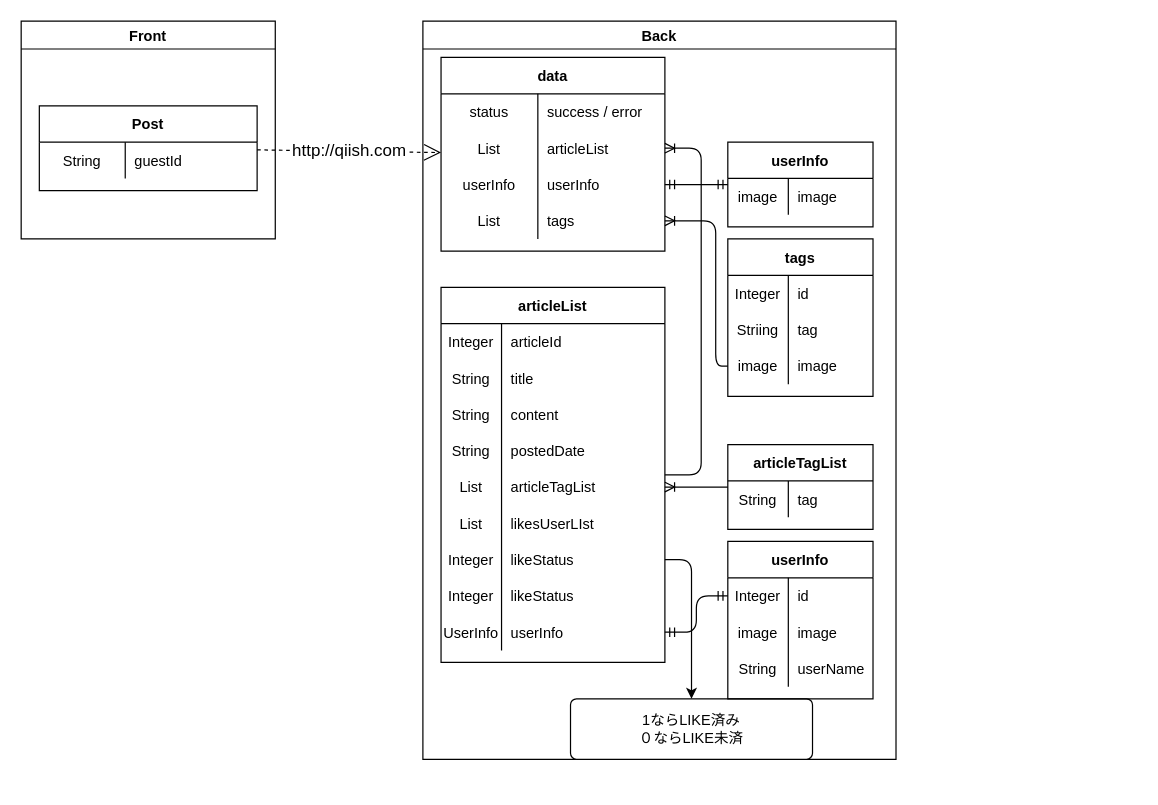
Above: page "[表示]トップページ" (2 of 20) of Designs/基本設計.drawio in yusuke-rakus/Qiish (draw.io), before the change. Source tidied: cells renumbered, new cells numbered last; positions are measured from the earlier drawing's top-left corner, leaving out a move shared by most shapes. Both pictures are drawn from the tidied source at 121%, with x=0, y=0 at pixel (21, 21).
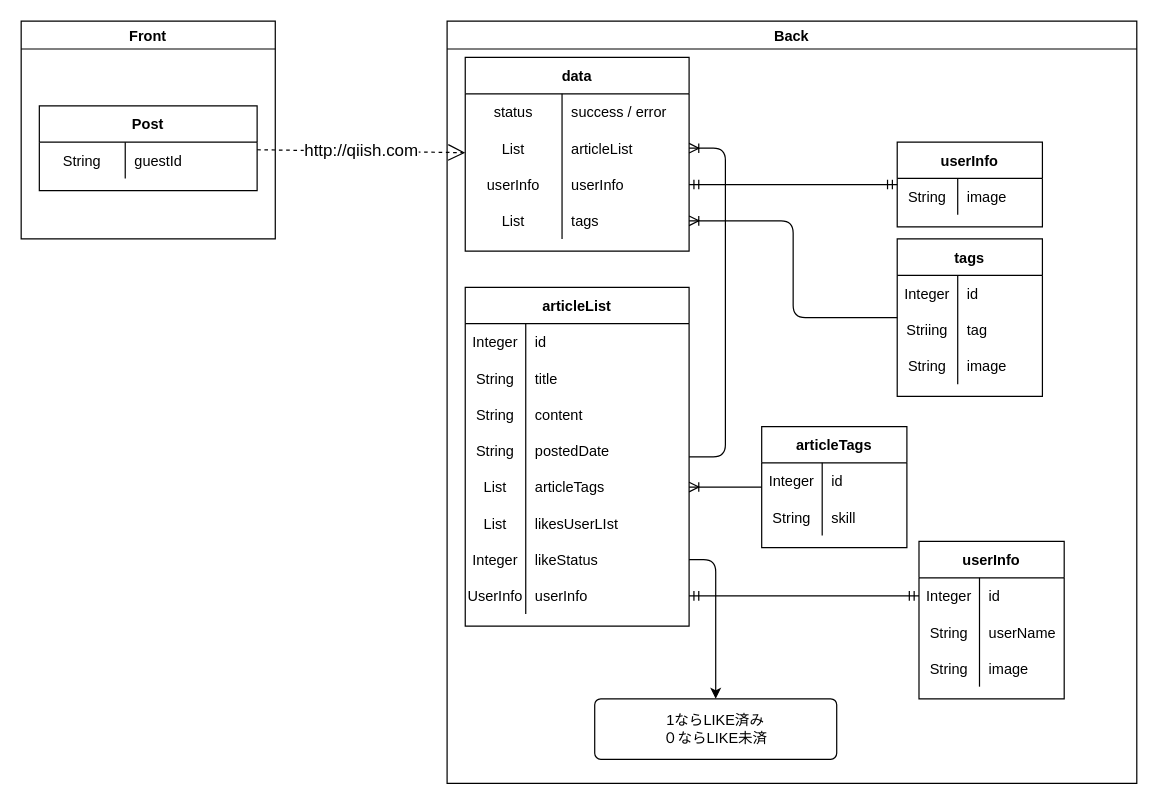
The same diagram, later.

Unchanged cells that the change refers to:
```xml
<mxCell id="13" style="shape=partialRectangle;fillColor=none;top=0;left=0;bottom=0;right=0;points=[[0,0.5],[1,0.5]];portConstraint=eastwest;" parent="3" vertex="1">
  <mxGeometry y="120" width="185" height="30" as="geometry" />
</mxCell>
<mxCell id="17" style="shape=partialRectangle;fillColor=none;top=0;left=0;bottom=0;right=0;" parent="16" vertex="1">
  <mxGeometry y="30" width="185" height="30" as="geometry" />
</mxCell>
<mxCell id="29" style="shape=partialRectangle;fillColor=none;top=0;left=0;bottom=0;right=0;points=[[0,0.5],[1,0.5]];portConstraint=eastwest;" parent="16" vertex="1">
  <mxGeometry y="150" width="185" height="30" as="geometry" />
</mxCell>
<mxCell id="45" style="shape=partialRectangle;fillColor=none;top=0;left=0;bottom=0;right=0;" parent="44" vertex="1">
  <mxGeometry y="30" width="120" height="30" as="geometry" />
</mxCell>
<mxCell id="51" style="shape=partialRectangle;fillColor=none;top=0;left=0;bottom=0;right=0;" parent="50" vertex="1">
  <mxGeometry y="30" width="120" height="30" as="geometry" />
</mxCell>
<mxCell id="62" style="shape=partialRectangle;fillColor=none;top=0;left=0;bottom=0;right=0;" parent="55" vertex="1">
  <mxGeometry y="90" width="120" height="30" as="geometry" />
</mxCell>
```

What changed in the source:
```diff
@@
     <mxCell id="2" value="Back" style="swimlane;" parent="1" vertex="1">
-      <mxGeometry x="332" width="391" height="610" as="geometry" />
+      <mxGeometry x="352" width="570" height="630" as="geometry" />
     </mxCell>
@@
     <mxCell id="16" value="articleList" style="shape=table;startSize=30;childLayout=tableLayout;rowLines=0;fontStyle=1;align=center;" parent="2" vertex="1">
-      <mxGeometry x="15" y="220" width="185" height="310" as="geometry" />
+      <mxGeometry x="15" y="220" width="185" height="280" as="geometry" />
     </mxCell>
@@
-    <mxCell id="19" value="articleId" style="shape=partialRectangle;fillColor=none;top=0;left=0;bottom=0;right=0;align=left;spacingLeft=6;overflow=hidden;" parent="17" vertex="1">
+    <mxCell id="19" value="id" style="shape=partialRectangle;fillColor=none;top=0;left=0;bottom=0;right=0;align=left;spacingLeft=6;overflow=hidden;" parent="17" vertex="1">
       <mxGeometry x="50" width="135" height="30" as="geometry" />
     </mxCell>
@@
-    <mxCell id="31" value="articleTagList" style="shape=partialRectangle;fillColor=none;top=0;left=0;bottom=0;right=0;align=left;spacingLeft=6;overflow=hidden;" parent="29" vertex="1">
+    <mxCell id="31" value="articleTags" style="shape=partialRectangle;fillColor=none;top=0;left=0;bottom=0;right=0;align=left;spacingLeft=6;overflow=hidden;" parent="29" vertex="1">
       <mxGeometry x="50" width="135" height="30" as="geometry" />
     </mxCell>
@@
-    <mxCell id="38" style="shape=partialRectangle;fillColor=none;top=0;left=0;bottom=0;right=0;" parent="16" vertex="1">
-      <mxGeometry y="240" width="185" height="30" as="geometry" />
-    </mxCell>
-    <mxCell id="39" value="Integer" style="shape=partialRectangle;fillColor=none;top=0;left=0;bottom=0;right=0;overflow=hidden;" parent="38" vertex="1">
-      <mxGeometry width="50" height="30" as="geometry" />
-    </mxCell>
-    <mxCell id="40" value="likeStatus" style="shape=partialRectangle;fillColor=none;top=0;left=0;bottom=0;right=0;align=left;spacingLeft=6;overflow=hidden;" parent="38" vertex="1">
-      <mxGeometry x="50" width="135" height="30" as="geometry" />
-    </mxCell>
     <mxCell id="41" style="shape=partialRectangle;fillColor=none;top=0;left=0;bottom=0;right=0;points=[[0,0.5],[1,0.5]];portConstraint=eastwest;" parent="16" vertex="1">
-      <mxGeometry y="270" width="185" height="30" as="geometry" />
+      <mxGeometry y="240" width="185" height="30" as="geometry" />
     </mxCell>
@@
-    <mxCell id="44" value="articleTagList" style="shape=table;startSize=30;childLayout=tableLayout;rowLines=0;fontStyle=1;align=center;" parent="2" vertex="1">
-      <mxGeometry x="252" y="350" width="120" height="70" as="geometry" />
+    <mxCell id="44" value="articleTags" style="shape=table;startSize=30;childLayout=tableLayout;rowLines=0;fontStyle=1;align=center;" parent="2" vertex="1">
+      <mxGeometry x="260" y="335" width="120" height="100" as="geometry" />
     </mxCell>
@@
-    <mxCell id="46" value="String" style="shape=partialRectangle;fillColor=none;top=0;left=0;bottom=0;right=0;overflow=hidden;" parent="45" vertex="1">
+    <mxCell id="46" value="Integer" style="shape=partialRectangle;fillColor=none;top=0;left=0;bottom=0;right=0;overflow=hidden;" parent="45" vertex="1">
       <mxGeometry width="50" height="30" as="geometry" />
     </mxCell>
-    <mxCell id="47" value="tag" style="shape=partialRectangle;fillColor=none;top=0;left=0;bottom=0;right=0;align=left;spacingLeft=6;overflow=hidden;" parent="45" vertex="1">
+    <mxCell id="47" value="id" style="shape=partialRectangle;fillColor=none;top=0;left=0;bottom=0;right=0;align=left;spacingLeft=6;overflow=hidden;" parent="45" vertex="1">
       <mxGeometry x="50" width="70" height="30" as="geometry" />
     </mxCell>
+    <mxCell id="85" style="shape=partialRectangle;fillColor=none;top=0;left=0;bottom=0;right=0;" parent="44" vertex="1">
+      <mxGeometry y="60" width="120" height="30" as="geometry" />
+    </mxCell>
+    <mxCell id="86" value="String" style="shape=partialRectangle;fillColor=none;top=0;left=0;bottom=0;right=0;overflow=hidden;" parent="85" vertex="1">
+      <mxGeometry width="50" height="30" as="geometry" />
+    </mxCell>
+    <mxCell id="87" value="skill" style="shape=partialRectangle;fillColor=none;top=0;left=0;bottom=0;right=0;align=left;spacingLeft=6;overflow=hidden;" parent="85" vertex="1">
+      <mxGeometry x="50" width="70" height="30" as="geometry" />
+    </mxCell>
@@
     <mxCell id="50" value="userInfo" style="shape=table;startSize=30;childLayout=tableLayout;rowLines=0;fontStyle=1;align=center;" parent="2" vertex="1">
-      <mxGeometry x="252" y="100" width="120" height="70" as="geometry" />
+      <mxGeometry x="372" y="100" width="120" height="70" as="geometry" />
     </mxCell>
@@
-    <mxCell id="52" value="image" style="shape=partialRectangle;fillColor=none;top=0;left=0;bottom=0;right=0;overflow=hidden;" parent="51" vertex="1">
+    <mxCell id="52" value="String" style="shape=partialRectangle;fillColor=none;top=0;left=0;bottom=0;right=0;overflow=hidden;" parent="51" vertex="1">
       <mxGeometry width="50" height="30" as="geometry" />
     </mxCell>
@@
     <mxCell id="55" value="tags" style="shape=table;startSize=30;childLayout=tableLayout;rowLines=0;fontStyle=1;align=center;" parent="2" vertex="1">
-      <mxGeometry x="252" y="180" width="120" height="130" as="geometry" />
+      <mxGeometry x="372" y="180" width="120" height="130" as="geometry" />
     </mxCell>
@@
-    <mxCell id="63" value="image" style="shape=partialRectangle;fillColor=none;top=0;left=0;bottom=0;right=0;overflow=hidden;" parent="62" vertex="1">
+    <mxCell id="63" value="String" style="shape=partialRectangle;fillColor=none;top=0;left=0;bottom=0;right=0;overflow=hidden;" parent="62" vertex="1">
       <mxGeometry width="50" height="30" as="geometry" />
     </mxCell>
@@
     <mxCell id="65" style="edgeStyle=orthogonalEdgeStyle;fontSize=12;html=1;endArrow=ERoneToMany;" parent="2" edge="1" source="55" target="13">
-      <mxGeometry relative="1" as="geometry">
-        <Array as="points">
-          <mxPoint x="242" y="285" />
-          <mxPoint x="242" y="165" />
-        </Array>
-      </mxGeometry>
+      <mxGeometry relative="1" as="geometry" />
     </mxCell>
@@
     <mxCell id="68" value="userInfo" style="shape=table;startSize=30;childLayout=tableLayout;rowLines=0;fontStyle=1;align=center;" parent="2" vertex="1">
-      <mxGeometry x="252" y="430" width="120" height="130" as="geometry" />
+      <mxGeometry x="390" y="430" width="120" height="130" as="geometry" />
     </mxCell>
@@
+    <mxCell id="75" style="shape=partialRectangle;fillColor=none;top=0;left=0;bottom=0;right=0;" parent="68" vertex="1">
+      <mxGeometry y="60" width="120" height="30" as="geometry" />
+    </mxCell>
+    <mxCell id="76" value="String" style="shape=partialRectangle;fillColor=none;top=0;left=0;bottom=0;right=0;overflow=hidden;" parent="75" vertex="1">
+      <mxGeometry width="50" height="30" as="geometry" />
+    </mxCell>
+    <mxCell id="77" value="userName" style="shape=partialRectangle;fillColor=none;top=0;left=0;bottom=0;right=0;align=left;spacingLeft=6;overflow=hidden;" parent="75" vertex="1">
+      <mxGeometry x="50" width="70" height="30" as="geometry" />
+    </mxCell>
     <mxCell id="72" style="shape=partialRectangle;fillColor=none;top=0;left=0;bottom=0;right=0;" parent="68" vertex="1">
-      <mxGeometry y="60" width="120" height="30" as="geometry" />
+      <mxGeometry y="90" width="120" height="30" as="geometry" />
     </mxCell>
-    <mxCell id="73" value="image" style="shape=partialRectangle;fillColor=none;top=0;left=0;bottom=0;right=0;overflow=hidden;" parent="72" vertex="1">
+    <mxCell id="73" value="String" style="shape=partialRectangle;fillColor=none;top=0;left=0;bottom=0;right=0;overflow=hidden;" parent="72" vertex="1">
       <mxGeometry width="50" height="30" as="geometry" />
     </mxCell>
@@
-    <mxCell id="75" style="shape=partialRectangle;fillColor=none;top=0;left=0;bottom=0;right=0;" parent="68" vertex="1">
-      <mxGeometry y="90" width="120" height="30" as="geometry" />
-    </mxCell>
-    <mxCell id="76" value="String" style="shape=partialRectangle;fillColor=none;top=0;left=0;bottom=0;right=0;overflow=hidden;" parent="75" vertex="1">
-      <mxGeometry width="50" height="30" as="geometry" />
-    </mxCell>
-    <mxCell id="77" value="userName" style="shape=partialRectangle;fillColor=none;top=0;left=0;bottom=0;right=0;align=left;spacingLeft=6;overflow=hidden;" parent="75" vertex="1">
-      <mxGeometry x="50" width="70" height="30" as="geometry" />
-    </mxCell>
```
